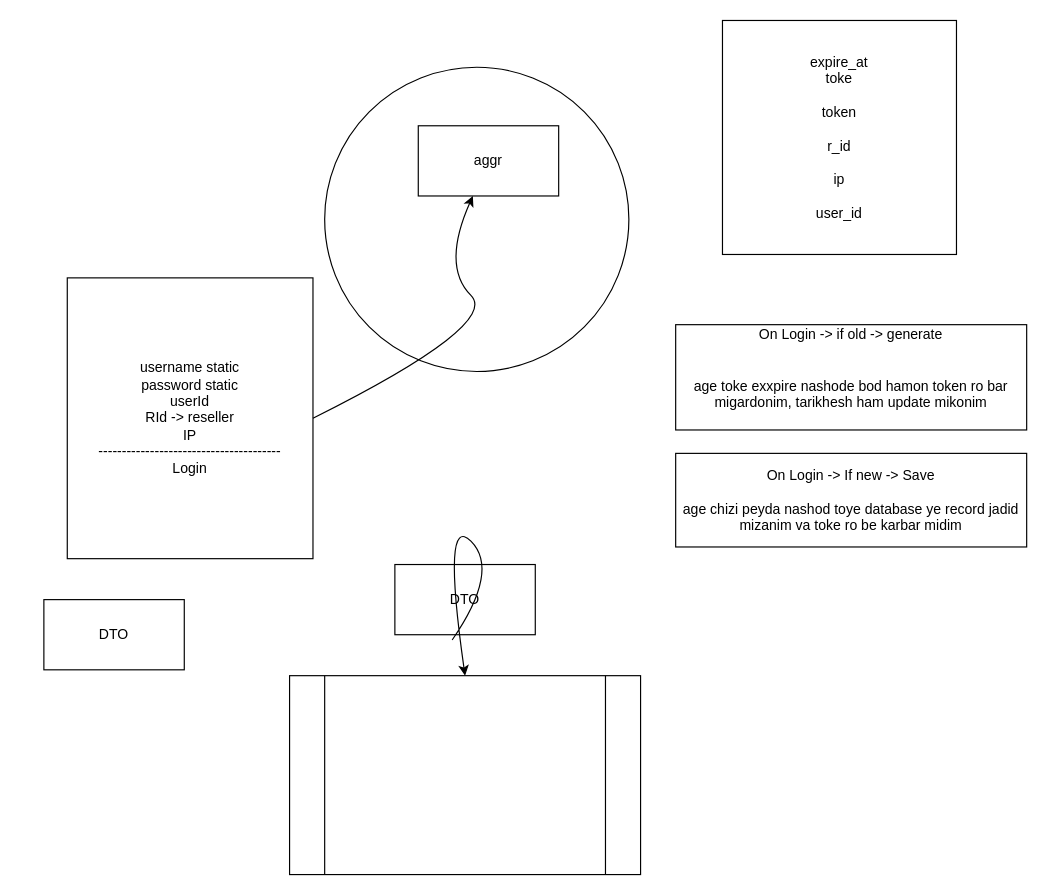
The draw.io diagram Untitled Diagram.drawio in ahbaqdadi/challenge, before the edit. Source tidied: cells renumbered, new cells numbered last; positions are measured from the earlier drawing's top-left corner, leaving out a move shared by most shapes. Both pictures are drawn from the tidied source at 117%, with x=0, y=0 at pixel (43, 20).
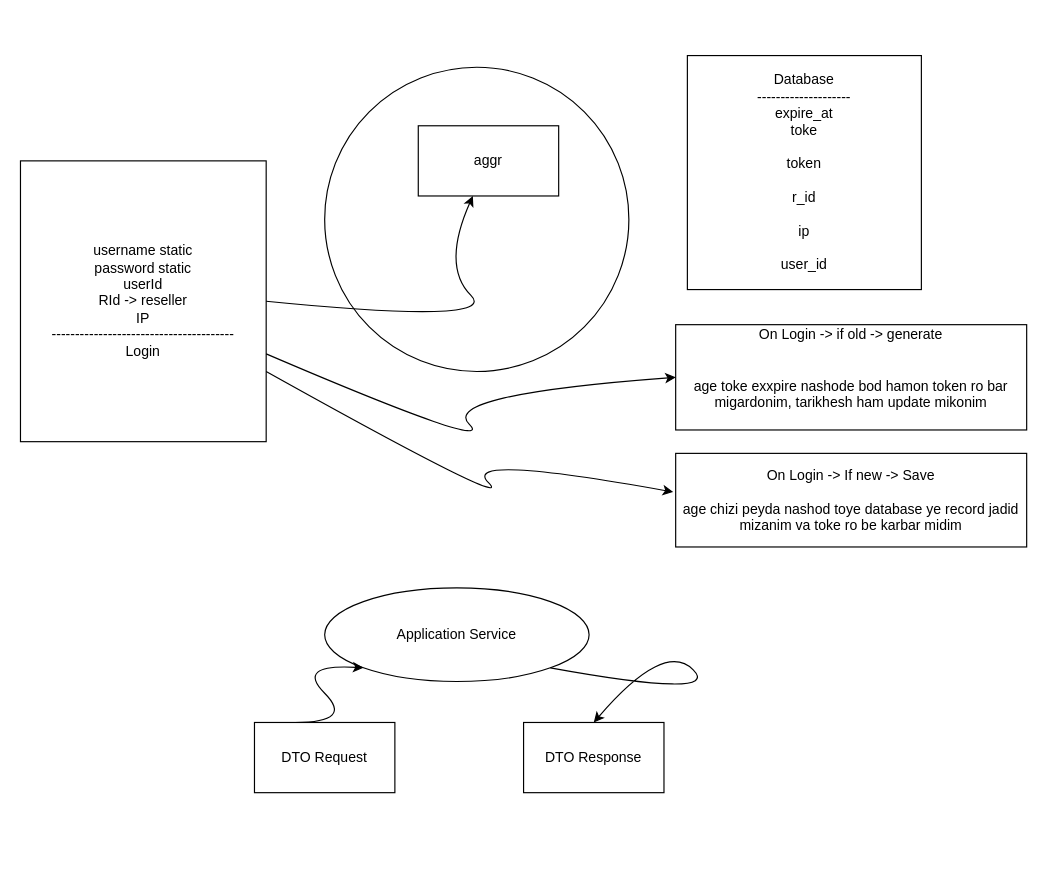
After the change.

The change refers to these unchanged cells:
```xml
<mxCell id="6" value="On Login -&amp;gt; If new -&amp;gt; Save&lt;br&gt;&lt;br&gt;age chizi peyda nashod toye database ye record jadid mizanim va toke ro be karbar midim" style="rounded=0;whiteSpace=wrap;html=1;" parent="1" vertex="1">
  <mxGeometry x="540" y="370" width="300" height="80" as="geometry" />
</mxCell>
<mxCell id="7" value="On Login -&amp;gt; if old -&amp;gt; generate&lt;br&gt;&lt;br&gt;&lt;br&gt;age toke exxpire nashode bod hamon token ro bar migardonim, tarikhesh ham update mikonim&lt;br&gt;&lt;br&gt;" style="rounded=0;whiteSpace=wrap;html=1;" parent="1" vertex="1">
  <mxGeometry x="540" y="260" width="300" height="90" as="geometry" />
</mxCell>
```

Diff of the diagram source:
```diff
@@
     <mxCell id="4" value="username static&lt;br&gt;password static&lt;br&gt;userId&lt;br&gt;RId -&amp;gt; reseller&lt;br&gt;IP&lt;br&gt;---------------------------------------&lt;br&gt;Login" style="rounded=0;whiteSpace=wrap;html=1;" parent="1" vertex="1">
-      <mxGeometry x="20" y="220" width="210" height="240" as="geometry" />
+      <mxGeometry x="-20" y="120" width="210" height="240" as="geometry" />
     </mxCell>
@@
-    <mxCell id="8" style="shape=process;whiteSpace=wrap;html=1;backgroundOutline=1;" parent="1" vertex="1">
-      <mxGeometry x="210" y="560" width="300" height="170" as="geometry" />
-    </mxCell>
-    <mxCell id="9" value="DTO" style="rounded=0;whiteSpace=wrap;html=1;" parent="1" vertex="1">
-      <mxGeometry x="300" y="465" width="120" height="60" as="geometry" />
+    <mxCell id="9" value="DTO Response" style="rounded=0;whiteSpace=wrap;html=1;" parent="1" vertex="1">
+      <mxGeometry x="410" y="600" width="120" height="60" as="geometry" />
     </mxCell>
-    <mxCell id="10" style="curved=1;endArrow=classic;html=1;rounded=0;entryX=0.5;entryY=0;entryDx=0;entryDy=0;exitX=0.408;exitY=1.075;exitDx=0;exitDy=0;exitPerimeter=0;" parent="1" edge="1" source="9" target="8">
-      <mxGeometry relative="1" as="geometry">
-        <Array as="points">
-          <mxPoint x="390" y="470" />
-          <mxPoint x="340" y="420" />
-        </Array>
-      </mxGeometry>
-    </mxCell>
-    <mxCell id="11" value="DTO" style="rounded=0;whiteSpace=wrap;html=1;" parent="1" vertex="1">
-      <mxGeometry y="495" width="120" height="60" as="geometry" />
+    <mxCell id="11" value="DTO Request" style="rounded=0;whiteSpace=wrap;html=1;" parent="1" vertex="1">
+      <mxGeometry x="180" y="600" width="120" height="60" as="geometry" />
     </mxCell>
-    <mxCell id="12" value="expire_at&lt;br&gt;toke&lt;br&gt;&lt;br&gt;token&lt;br&gt;&lt;br&gt;r_id&lt;br&gt;&lt;br&gt;ip&lt;br&gt;&lt;br&gt;user_id" style="rounded=0;whiteSpace=wrap;html=1;" parent="1" vertex="1">
-      <mxGeometry x="580" width="200" height="200" as="geometry" />
+    <mxCell id="12" value="Database&lt;br&gt;--------------------&lt;br&gt;expire_at&lt;br&gt;toke&lt;br&gt;&lt;br&gt;token&lt;br&gt;&lt;br&gt;r_id&lt;br&gt;&lt;br&gt;ip&lt;br&gt;&lt;br&gt;user_id" style="rounded=0;whiteSpace=wrap;html=1;" parent="1" vertex="1">
+      <mxGeometry x="550" y="30" width="200" height="200" as="geometry" />
     </mxCell>
+    <mxCell id="13" style="curved=1;endArrow=classic;html=1;rounded=0;entryX=0;entryY=0.5;entryDx=0;entryDy=0;" parent="1" edge="1" source="4" target="7">
+      <mxGeometry relative="1" as="geometry">
+        <Array as="points">
+          <mxPoint x="388.5" y="370" />
+          <mxPoint x="338.5" y="320" />
+        </Array>
+      </mxGeometry>
+    </mxCell>
+    <mxCell id="14" style="curved=1;endArrow=classic;html=1;rounded=0;entryX=-0.007;entryY=0.413;entryDx=0;entryDy=0;entryPerimeter=0;exitX=1;exitY=0.75;exitDx=0;exitDy=0;" parent="1" edge="1" source="4" target="6">
+      <mxGeometry relative="1" as="geometry">
+        <Array as="points">
+          <mxPoint x="405" y="420" />
+          <mxPoint x="355" y="370" />
+        </Array>
+      </mxGeometry>
+    </mxCell>
+    <mxCell id="15" value="Application Service" style="ellipse;whiteSpace=wrap;html=1;" parent="1" vertex="1">
+      <mxGeometry x="240" y="485" width="226" height="80" as="geometry" />
+    </mxCell>
+    <mxCell id="16" style="curved=1;endArrow=classic;html=1;rounded=0;entryX=0;entryY=1;entryDx=0;entryDy=0;" parent="1" edge="1" target="15">
+      <mxGeometry relative="1" as="geometry">
+        <mxPoint x="215" y="600" as="sourcePoint" />
+        <Array as="points">
+          <mxPoint x="265" y="600" />
+          <mxPoint x="215" y="550" />
+        </Array>
+      </mxGeometry>
+    </mxCell>
+    <mxCell id="17" style="curved=1;endArrow=classic;html=1;rounded=0;entryX=0.5;entryY=0;entryDx=0;entryDy=0;exitX=1;exitY=1;exitDx=0;exitDy=0;" parent="1" edge="1" source="15" target="9">
+      <mxGeometry relative="1" as="geometry">
+        <Array as="points">
+          <mxPoint x="580" y="580" />
+          <mxPoint x="530" y="530" />
+        </Array>
+      </mxGeometry>
+    </mxCell>
```
